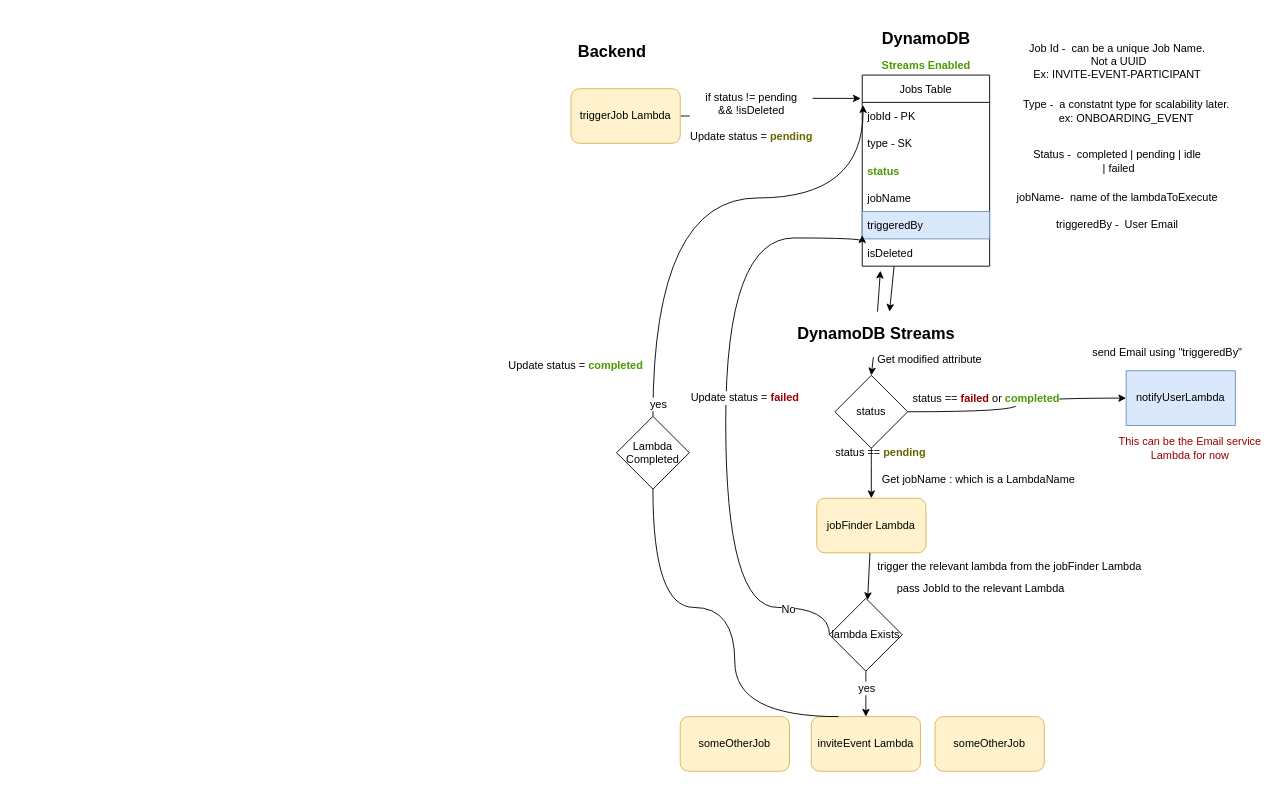
Earlier version of the draw.io diagram Background Job Flow.drawio (heshanWick/superglu-diagrams). Source tidied: cells renumbered, new cells numbered last; positions are measured from the earlier drawing's top-left corner, leaving out a move shared by most shapes. Both pictures are drawn from the tidied source at 91%, with x=0, y=0 at pixel (498, 25).
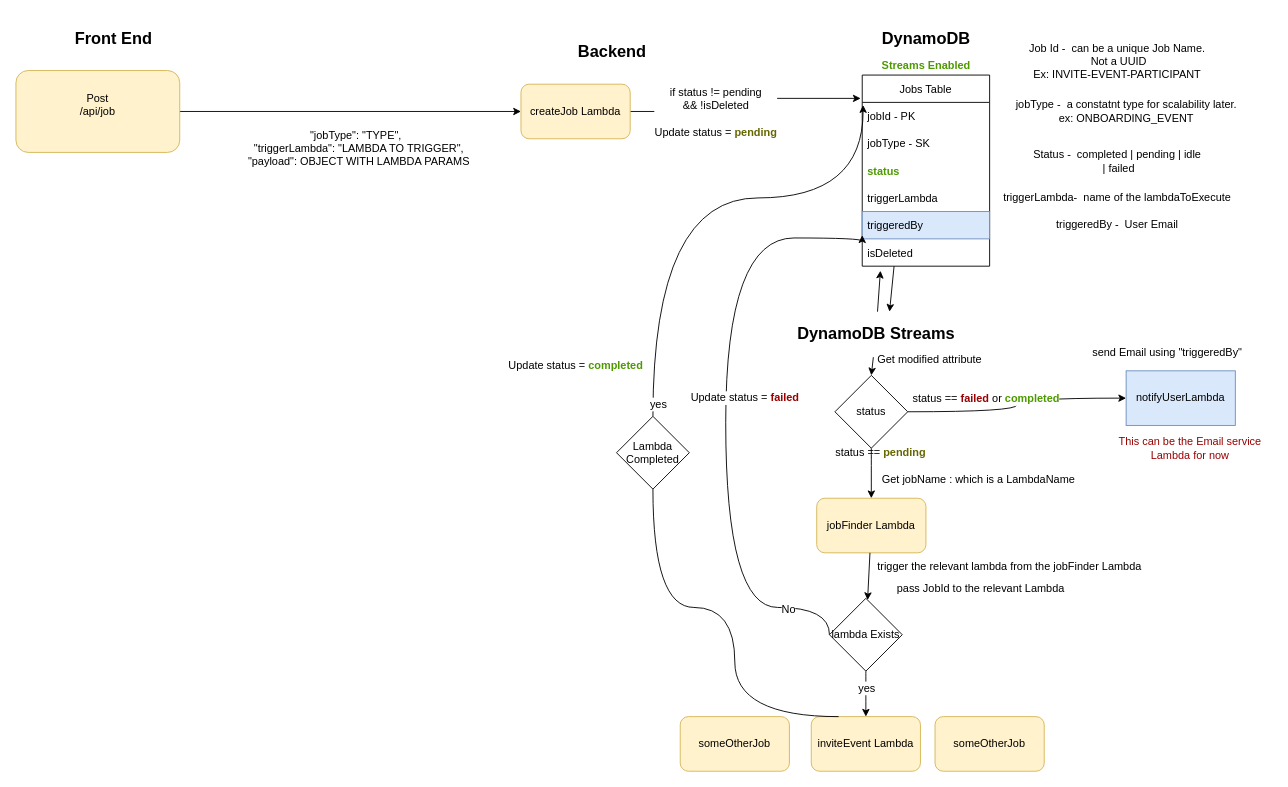
After the change.

Unchanged cells that the change refers to:
```xml
<mxCell id="3" value="Jobs Table" style="swimlane;fontStyle=0;horizontal=1;startSize=30;" parent="1" vertex="1">
  <mxGeometry x="400" y="55" width="140" height="210" as="geometry" />
</mxCell>
```

Diff of the diagram source:
```diff
@@
-    <mxCell id="5" value="type - SK" style="text;strokeColor=none;fillColor=none;align=left;verticalAlign=middle;spacingLeft=4;spacingRight=4;overflow=hidden;" parent="3" vertex="1">
+    <mxCell id="5" value="jobType - SK" style="text;strokeColor=none;fillColor=none;align=left;verticalAlign=middle;spacingLeft=4;spacingRight=4;overflow=hidden;" parent="3" vertex="1">
       <mxGeometry y="60" width="140" height="30" as="geometry" />
     </mxCell>
@@
-    <mxCell id="7" value="jobName" style="text;strokeColor=none;fillColor=none;align=left;verticalAlign=middle;spacingLeft=4;spacingRight=4;overflow=hidden;" parent="3" vertex="1">
+    <mxCell id="7" value="triggerLambda" style="text;strokeColor=none;fillColor=none;align=left;verticalAlign=middle;spacingLeft=4;spacingRight=4;overflow=hidden;" parent="3" vertex="1">
       <mxGeometry y="120" width="140" height="30" as="geometry" />
     </mxCell>
@@
-    <mxCell id="15" value="triggerJob Lambda" style="rounded=1;whiteSpace=wrap;html=1;fontSize=12;fillColor=#fff2cc;strokeColor=#d6b656;" parent="1" vertex="1">
-      <mxGeometry x="80" y="70" width="120" height="60" as="geometry" />
+    <mxCell id="15" value="createJob Lambda" style="rounded=1;whiteSpace=wrap;html=1;fontSize=12;fillColor=#fff2cc;strokeColor=#d6b656;" parent="1" vertex="1">
+      <mxGeometry x="25" y="65" width="120" height="60" as="geometry" />
     </mxCell>
@@
-    <mxCell id="18" value="&lt;div&gt;Type -&amp;nbsp; a constatnt type for scalability later.&lt;/div&gt;&lt;div&gt;ex: ONBOARDING_EVENT &lt;br&gt;&lt;/div&gt;" style="text;html=1;align=center;verticalAlign=middle;strokeColor=none;fillColor=none;fontSize=12;" parent="1" vertex="1">
-      <mxGeometry x="570" y="80" width="240" height="30" as="geometry" />
+    <mxCell id="18" value="&lt;div&gt;jobType -&amp;nbsp; a constatnt type for scalability later.&lt;/div&gt;&lt;div&gt;ex: ONBOARDING_EVENT &lt;br&gt;&lt;/div&gt;" style="text;html=1;align=center;verticalAlign=middle;strokeColor=none;fillColor=none;fontSize=12;" parent="1" vertex="1">
+      <mxGeometry x="560" y="80" width="260" height="30" as="geometry" />
     </mxCell>
@@
-    <mxCell id="24" value="&lt;div&gt;jobName-&amp;nbsp; name of the lambdaToExecute&lt;br&gt;&lt;/div&gt;" style="text;html=1;align=center;verticalAlign=middle;strokeColor=none;fillColor=none;fontSize=12;" parent="1" vertex="1">
-      <mxGeometry x="560" y="180" width="240" height="20" as="geometry" />
+    <mxCell id="24" value="&lt;div&gt;triggerLambda-&amp;nbsp; name of the lambdaToExecute&lt;br&gt;&lt;/div&gt;" style="text;html=1;align=center;verticalAlign=middle;strokeColor=none;fillColor=none;fontSize=12;" parent="1" vertex="1">
+      <mxGeometry x="545" y="180" width="270" height="20" as="geometry" />
     </mxCell>
@@
+    <mxCell id="52" style="edgeStyle=orthogonalEdgeStyle;rounded=0;jettySize=auto;html=1;" parent="1" edge="1" source="53" target="15">
+      <mxGeometry relative="1" as="geometry" />
+    </mxCell>
+    <mxCell id="53" value="&lt;div&gt;Post&lt;/div&gt;&lt;div&gt;/api/job&lt;/div&gt;&lt;div&gt;&amp;nbsp; &lt;br&gt;&lt;/div&gt;" style="rounded=1;whiteSpace=wrap;html=1;fontSize=12;fillColor=#fff2cc;strokeColor=#d6b656;" parent="1" vertex="1">
+      <mxGeometry x="-530" y="50" width="180" height="90" as="geometry" />
+    </mxCell>
+    <mxCell id="54" value="&lt;h1 class=&quot;topictitle&quot; id=&quot;Streams&quot; style=&quot;font-size: 18px&quot;&gt;Front End&lt;br&gt;&lt;/h1&gt;" style="text;html=1;align=center;verticalAlign=middle;strokeColor=none;fillColor=none;fontSize=18;" parent="1" vertex="1">
+      <mxGeometry x="-473" y="-10" width="100" height="50" as="geometry" />
+    </mxCell>
+    <mxCell id="55" value="&amp;nbsp; &quot;jobType&quot;: &quot;TYPE&quot;,&lt;br&gt;&amp;nbsp;&amp;nbsp;&amp;nbsp; &quot;triggerLambda&quot;: &quot;LAMBDA TO TRIGGER&quot;,&lt;br&gt;&amp;nbsp;&amp;nbsp;&amp;nbsp; &quot;payload&quot;: OBJECT WITH LAMBDA PARAMS&lt;br&gt;&lt;div&gt;&lt;br&gt;&lt;br&gt;&lt;/div&gt;" style="text;html=1;align=center;verticalAlign=middle;strokeColor=none;fillColor=none;fontSize=12;" parent="1" vertex="1">
+      <mxGeometry x="-290" y="110" width="260" height="80" as="geometry" />
+    </mxCell>
```
